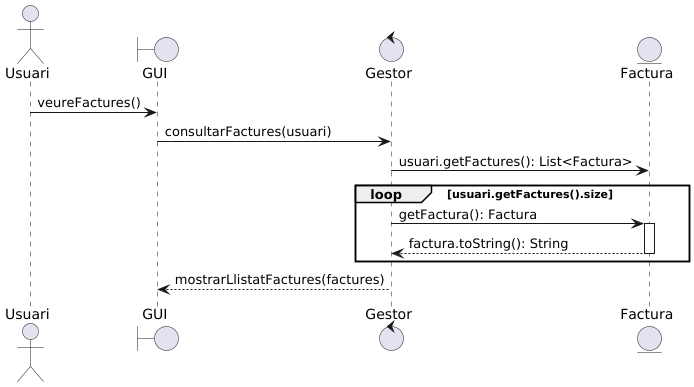
Earlier version of the PlantUML export src/uml/Exemple-Loop.png (ITEC-BCN/uml-diagrams-demos).
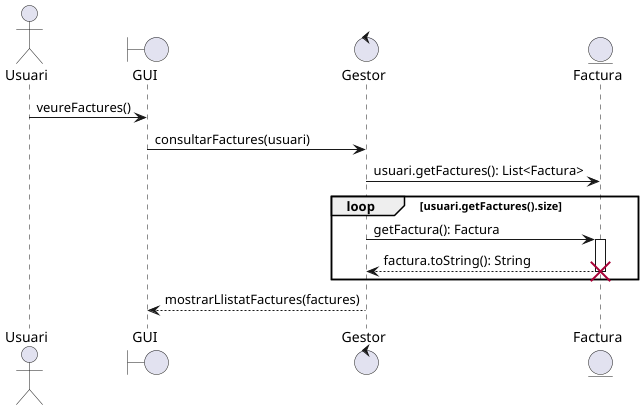
The same diagram one commit later.

Commit message:
bugfix: update some diagrams

Diff of the diagram source:
```diff
@@ -14,6 +14,7 @@
    activate F
    F --> G: factura.toString(): String
    deactivate F
+   destroy F
 end
 
 G --> GUI: mostrarLlistatFactures(factures)
```
